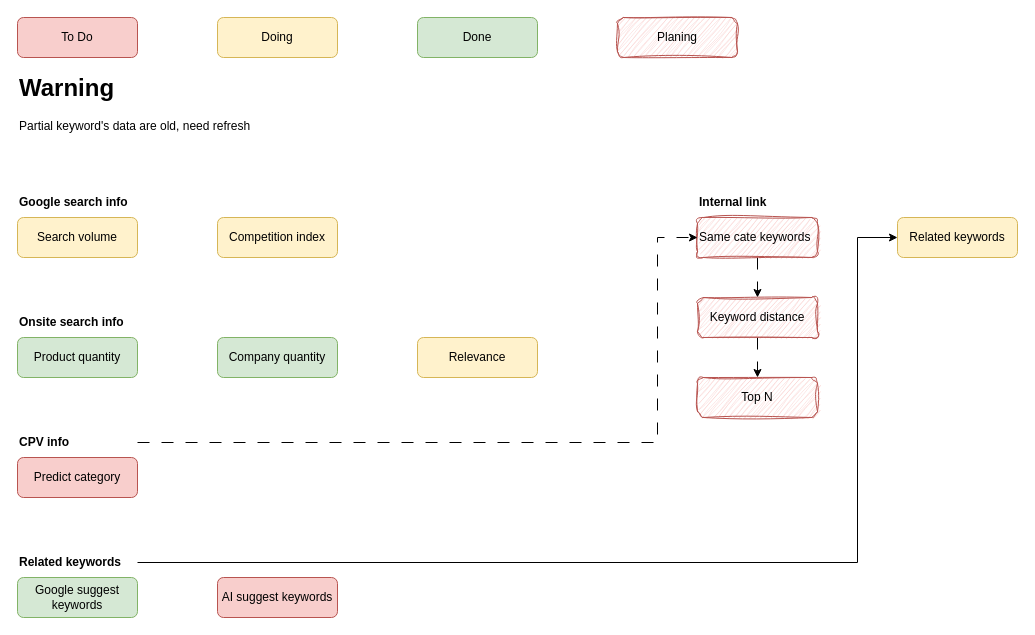
This is drawio/keyword_optimize.drawio from VisableHarry/seo-drawio, a draw.io file, before an edit. Source tidied: cells renumbered, new cells numbered last; positions are measured from the earlier drawing's top-left corner, leaving out a move shared by most shapes. Both pictures are drawn from the tidied source at 100%, with x=0, y=0 at pixel (17, 17).
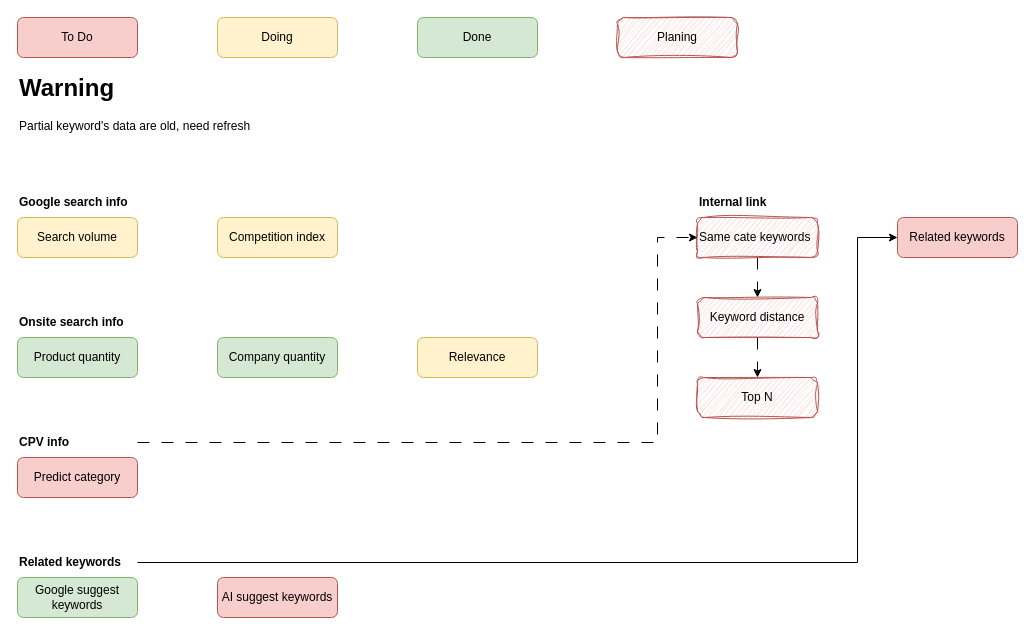
The same page after the edit.

The edit, as a diff of the source:
```diff
@@
-    <mxCell id="21" value="Related keywords" style="rounded=1;whiteSpace=wrap;html=1;fillColor=#fff2cc;strokeColor=#d6b656;" parent="1" vertex="1">
+    <mxCell id="21" value="Related keywords" style="rounded=1;whiteSpace=wrap;html=1;fillColor=#f8cecc;strokeColor=#b85450;" parent="1" vertex="1">
       <mxGeometry x="880" y="200" width="120" height="40" as="geometry" />
     </mxCell>
```
